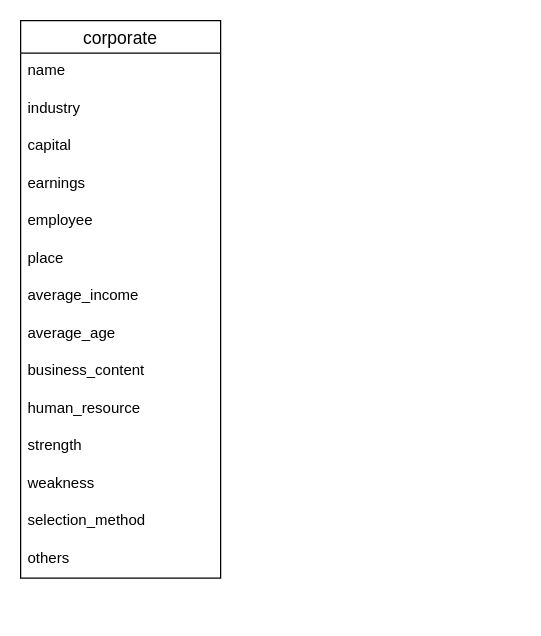
This is ER.dio from tamagokakepiza/recruit_app, a draw.io file, before an edit. Source tidied: cells renumbered, new cells numbered last; positions are measured from the earlier drawing's top-left corner, leaving out a move shared by most shapes. Both pictures are drawn from the tidied source at 125%, with x=0, y=0 at pixel (20, 20).
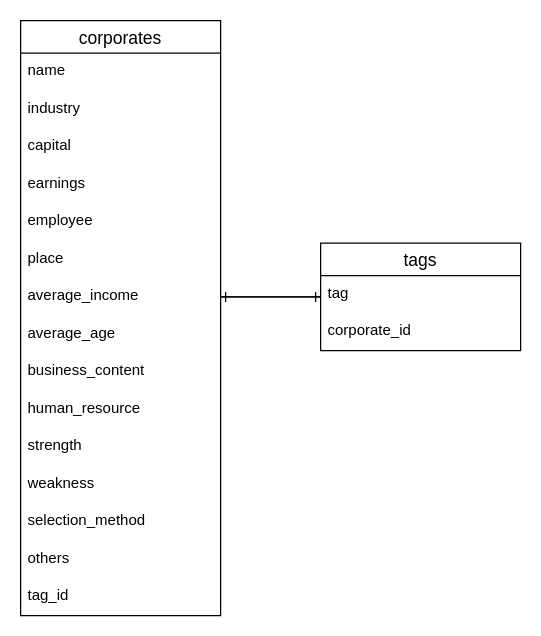
The same page after the edit.

Commit message:
READMEにアプリケーション情報を記載

Unchanged cells that the change refers to:
```xml
<mxCell id="9" value="average_income" style="text;strokeColor=none;fillColor=none;spacingLeft=4;spacingRight=4;overflow=hidden;points=[[0,0.5],[1,0.5]];portConstraint=eastwest;fontSize=12;" parent="2" vertex="1">
  <mxGeometry y="206" width="160" height="30" as="geometry" />
</mxCell>
```

The edit, as a diff of the source:
```diff
@@
-    <mxCell id="2" value="corporate" style="swimlane;fontStyle=0;horizontal=1;startSize=26;align=center;fontSize=14;" parent="1" vertex="1">
-      <mxGeometry width="160" height="446" as="geometry" />
+    <mxCell id="2" value="corporates" style="swimlane;fontStyle=0;horizontal=1;startSize=26;align=center;fontSize=14;" parent="1" vertex="1">
+      <mxGeometry width="160" height="476" as="geometry" />
     </mxCell>
@@
+    <mxCell id="17" value="tag_id" style="text;strokeColor=none;fillColor=none;spacingLeft=4;spacingRight=4;overflow=hidden;fontSize=12;" parent="2" vertex="1">
+      <mxGeometry y="446" width="160" height="30" as="geometry" />
+    </mxCell>
+    <mxCell id="18" style="edgeStyle=none;html=1;endArrow=ERone;endFill=0;" parent="1" edge="1" source="19" target="9">
+      <mxGeometry relative="1" as="geometry" />
+    </mxCell>
+    <mxCell id="19" value="tags" style="swimlane;fontStyle=0;horizontal=1;startSize=26;align=center;fontSize=14;" parent="1" vertex="1">
+      <mxGeometry x="240" y="178" width="160" height="86" as="geometry" />
+    </mxCell>
+    <mxCell id="20" value="tag" style="text;strokeColor=none;fillColor=none;spacingLeft=4;spacingRight=4;overflow=hidden;fontSize=12;" parent="19" vertex="1">
+      <mxGeometry y="26" width="160" height="30" as="geometry" />
+    </mxCell>
+    <mxCell id="21" value="corporate_id" style="text;strokeColor=none;fillColor=none;spacingLeft=4;spacingRight=4;overflow=hidden;fontSize=12;" parent="19" vertex="1">
+      <mxGeometry y="56" width="160" height="30" as="geometry" />
+    </mxCell>
+    <mxCell id="22" style="edgeStyle=none;html=1;endArrow=ERone;endFill=0;" parent="1" edge="1" source="9" target="19">
+      <mxGeometry relative="1" as="geometry" />
+    </mxCell>
```
